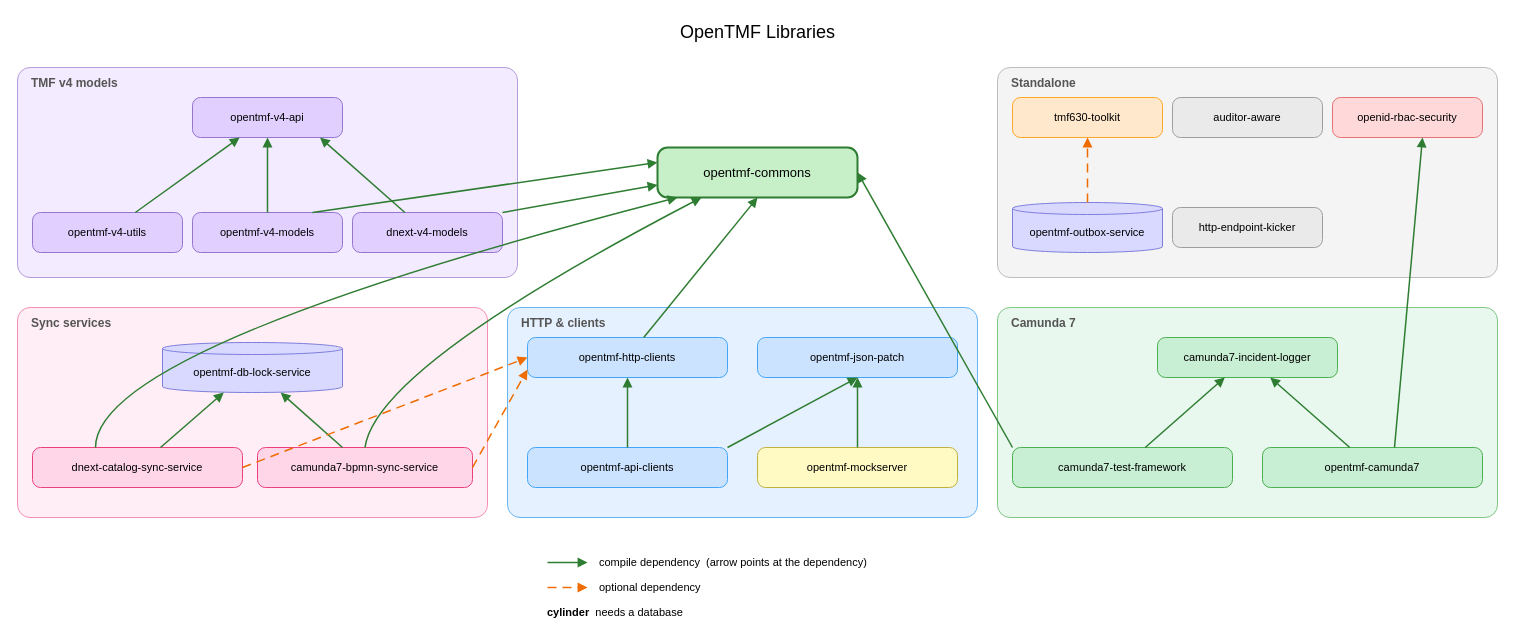
The draw.io diagram module-dependencies.drawio in opentmf/opentmf-versions, before the edit. Source tidied: cells renumbered, new cells numbered last; positions are measured from the earlier drawing's top-left corner, leaving out a move shared by most shapes. Both pictures are drawn from the tidied source at 100%, with x=0, y=0 at pixel (17, 17).
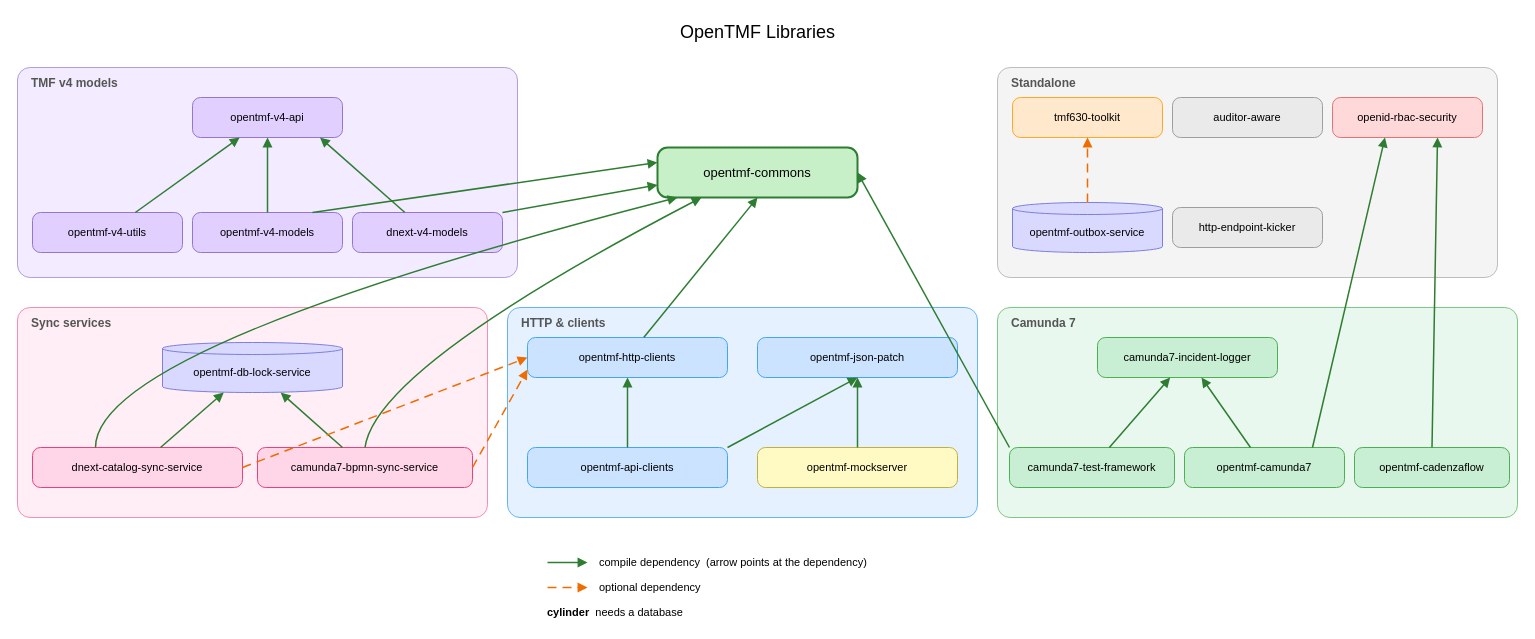
After the change.

Commit message (it also covers changes not shown here):
docs: add opentmf-cadenzaflow to the module diagram

Seats it in the Camunda 7 box next to opentmf-camunda7, with its single
opentmf dependency, openid-rbac-security, drawn as one arrow up into the
Standalone box. It does not use camunda7-incident-logger, so no arrow there.

The pom.xml already manages opentmf-cadenzaflow (1.1.5, added in 2.1.18) and
upstream has no newer tag, so only the diagram changes.

Unchanged cells that the change refers to:
```xml
<mxCell id="12" value="opentmf-commons" style="rounded=1;whiteSpace=wrap;html=1;fillColor=#C8F0C8;strokeColor=#2E7D32;fontFamily=Helvetica;fontSize=11;arcSize=20;strokeWidth=2;fontSize=13;" parent="1" vertex="1">
  <mxGeometry x="640" y="130" width="200" height="50" as="geometry" />
</mxCell>
<mxCell id="15" value="openid-rbac-security" style="rounded=1;whiteSpace=wrap;html=1;fillColor=#FFD9D9;strokeColor=#E57373;fontFamily=Helvetica;fontSize=11;arcSize=20;" parent="1" vertex="1">
  <mxGeometry x="1315" y="80" width="150" height="40" as="geometry" />
</mxCell>
```

Change to the diagram source:
```diff
@@
     <mxCell id="7" value="Camunda 7" style="rounded=1;whiteSpace=wrap;html=1;fillColor=#E8F8EE;strokeColor=#81C784;verticalAlign=top;align=left;spacingLeft=12;fontFamily=Helvetica;fontSize=12;fontStyle=1;fontColor=#555555;arcSize=6;spacingTop=2;" parent="1" vertex="1">
-      <mxGeometry x="980" y="290" width="500" height="210" as="geometry" />
+      <mxGeometry x="980" y="290" width="520" height="210" as="geometry" />
     </mxCell>
@@
     <mxCell id="25" value="camunda7-incident-logger" style="rounded=1;whiteSpace=wrap;html=1;fillColor=#C8EFD4;strokeColor=#4CAF50;fontFamily=Helvetica;fontSize=11;arcSize=20;" parent="1" vertex="1">
-      <mxGeometry x="1140" y="320" width="180" height="40" as="geometry" />
+      <mxGeometry x="1080" y="320" width="180" height="40" as="geometry" />
     </mxCell>
     <mxCell id="26" value="camunda7-test-framework" style="rounded=1;whiteSpace=wrap;html=1;fillColor=#C8EFD4;strokeColor=#4CAF50;fontFamily=Helvetica;fontSize=11;arcSize=20;" parent="1" vertex="1">
-      <mxGeometry x="995" y="430" width="220" height="40" as="geometry" />
+      <mxGeometry x="992" y="430" width="165" height="40" as="geometry" />
     </mxCell>
     <mxCell id="27" value="opentmf-camunda7" style="rounded=1;whiteSpace=wrap;html=1;fillColor=#C8EFD4;strokeColor=#4CAF50;fontFamily=Helvetica;fontSize=11;arcSize=20;" parent="1" vertex="1">
-      <mxGeometry x="1245" y="430" width="220" height="40" as="geometry" />
+      <mxGeometry x="1167" y="430" width="160" height="40" as="geometry" />
     </mxCell>
+    <mxCell id="53" value="opentmf-cadenzaflow" style="rounded=1;whiteSpace=wrap;html=1;fillColor=#C8EFD4;strokeColor=#4CAF50;fontFamily=Helvetica;fontSize=11;arcSize=20;" parent="1" vertex="1">
+      <mxGeometry x="1337" y="430" width="155" height="40" as="geometry" />
+    </mxCell>
@@
-    <mxCell id="46" style="edgeStyle=none;html=1;endArrow=block;endFill=1;endSize=6;strokeWidth=1.5;strokeColor=#2E7D32;exitX=0.6;exitY=0;exitDx=0;exitDy=0;entryX=0.6;entryY=1;entryDx=0;entryDy=0;" parent="1" edge="1" source="27" target="15">
+    <mxCell id="46" style="edgeStyle=none;html=1;endArrow=block;endFill=1;endSize=6;strokeWidth=1.5;strokeColor=#2E7D32;exitX=0.8;exitY=0;exitDx=0;exitDy=0;entryX=0.35;entryY=1;entryDx=0;entryDy=0;" parent="1" edge="1" source="27" target="15">
       <mxGeometry relative="1" as="geometry" />
     </mxCell>
-    <mxCell id="47" style="edgeStyle=none;html=1;endArrow=block;endFill=1;endSize=6;strokeWidth=1.5;strokeColor=#2E7D32;exitX=0;exitY=0;exitDx=0;exitDy=0;entryX=1;entryY=0.5;entryDx=0;entryDy=0;" parent="1" edge="1" source="26" target="12">
+    <mxCell id="47" style="edgeStyle=none;html=1;endArrow=block;endFill=1;endSize=6;strokeWidth=1.5;strokeColor=#2E7D32;exitX=0.5;exitY=0;exitDx=0;exitDy=0;entryX=0.7;entryY=1;entryDx=0;entryDy=0;" parent="1" edge="1" source="53" target="15">
       <mxGeometry relative="1" as="geometry" />
     </mxCell>
+    <mxCell id="54" style="edgeStyle=none;html=1;endArrow=block;endFill=1;endSize=6;strokeWidth=1.5;strokeColor=#2E7D32;exitX=0;exitY=0;exitDx=0;exitDy=0;entryX=1;entryY=0.5;entryDx=0;entryDy=0;" parent="1" edge="1" source="26" target="12">
+      <mxGeometry relative="1" as="geometry" />
+    </mxCell>
```
